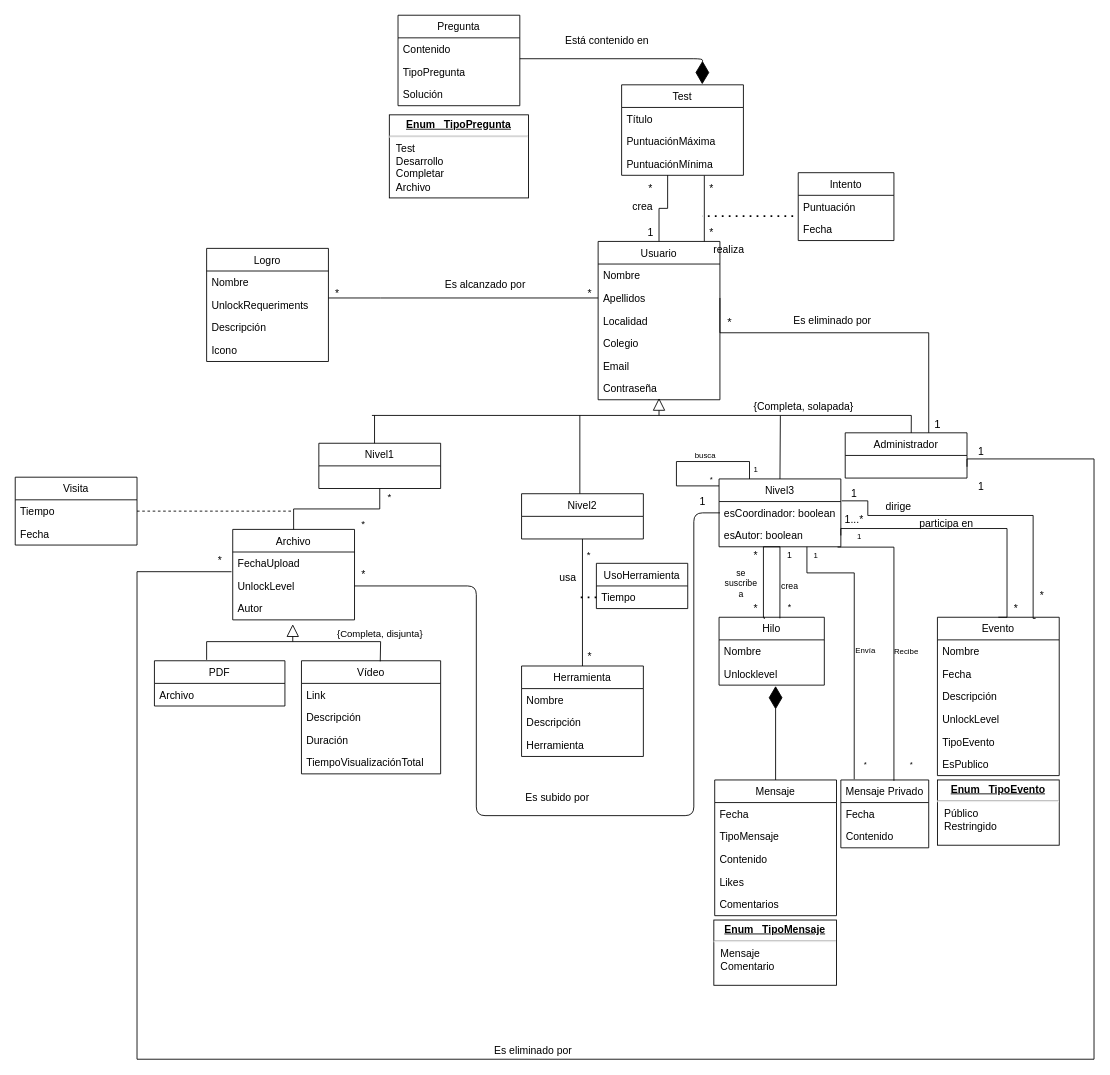
This is Conceptualmodelm.drawio from gii-is-DP1/dp1-2020-g2-13, a draw.io file, before an edit. Source tidied: cells renumbered, new cells numbered last; positions are measured from the earlier drawing's top-left corner, leaving out a move shared by most shapes. Both pictures are drawn from the tidied source at 87%, with x=0, y=0 at pixel (15, 15).
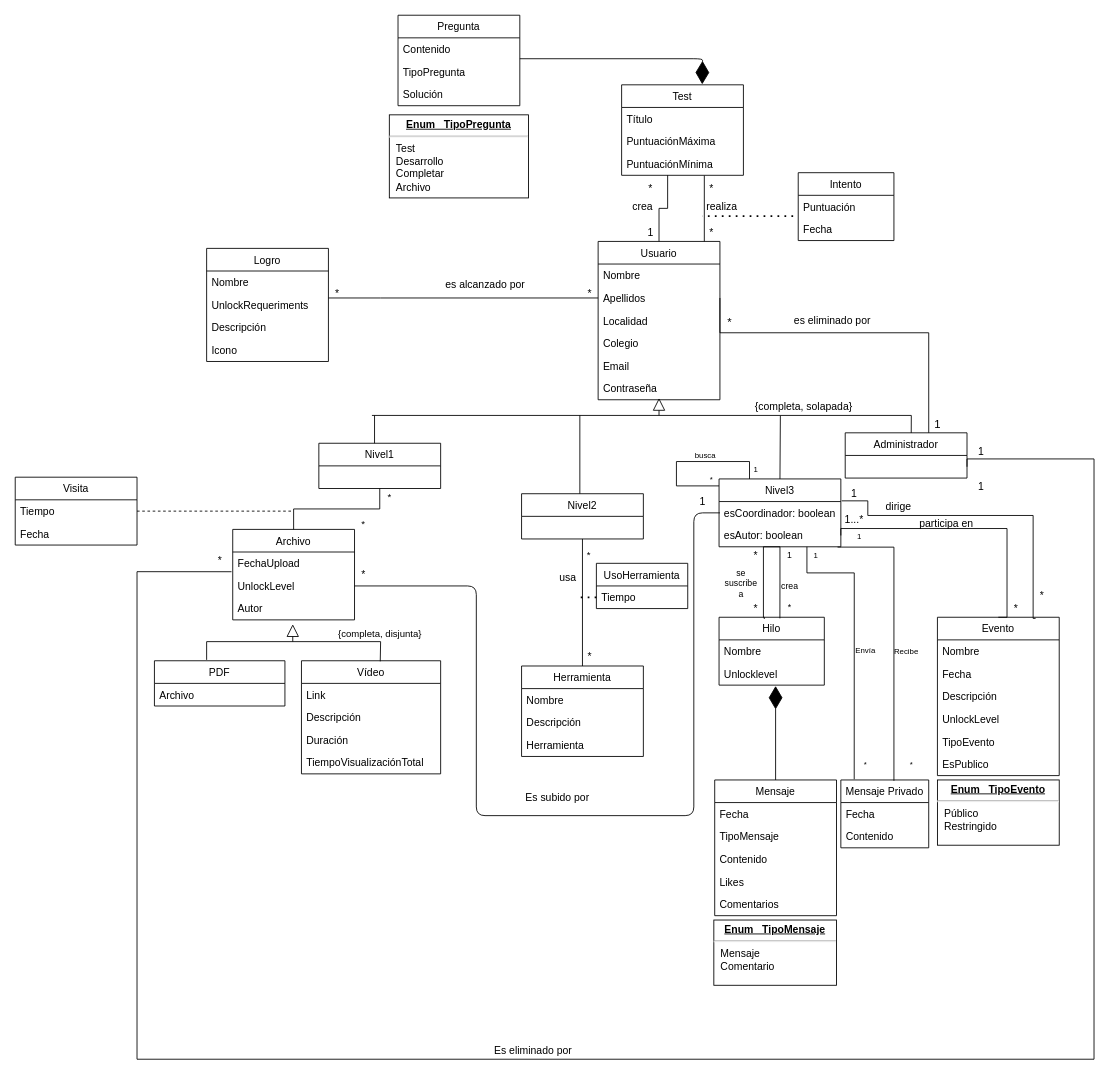
The same diagram, later.

Commit message:
Actualizado el modelo conceptual

The edit, as a diff of the source:
```diff
@@
-    <mxCell id="39" value="Está contenido en" style="text;html=1;align=center;verticalAlign=middle;" parent="1" vertex="1">
-      <mxGeometry x="625" y="20" width="110" height="20" as="geometry" />
-    </mxCell>
     <mxCell id="40" value="realiza" style="text;html=1;align=center;verticalAlign=middle;" parent="1" vertex="1">
-      <mxGeometry x="795" y="260" width="50" height="20" as="geometry" />
+      <mxGeometry x="787" y="210" width="50" height="20" as="geometry" />
     </mxCell>
@@
-    <mxCell id="110" value="Es alcanzado por" style="text;html=1;align=center;verticalAlign=middle;" parent="1" vertex="1">
+    <mxCell id="110" value="es alcanzado por" style="text;html=1;align=center;verticalAlign=middle;" parent="1" vertex="1">
       <mxGeometry x="485" y="300" width="110" height="20" as="geometry" />
     </mxCell>
-    <mxCell id="111" value="{Completa, solapada}" style="text;html=1;align=center;verticalAlign=middle;points=[];" parent="1" vertex="1">
+    <mxCell id="111" value="{completa, solapada}" style="text;html=1;align=center;verticalAlign=middle;points=[];" parent="1" vertex="1">
       <mxGeometry x="841" y="440" width="130" height="20" as="geometry" />
     </mxCell>
@@
-    <mxCell id="121" value="Es eliminado por" style="text;html=1;align=center;verticalAlign=middle;" parent="1" vertex="1">
-      <mxGeometry x="884" y="341" width="110" height="20" as="geometry" />
+    <mxCell id="121" value="es eliminado por" style="text;html=1;align=center;verticalAlign=middle;" parent="1" vertex="1">
+      <mxGeometry x="889" y="341" width="100" height="20" as="geometry" />
     </mxCell>
@@
-    <mxCell id="148" value="{Completa, disjunta}" style="text;html=1;align=center;verticalAlign=middle;fontSize=11;" parent="1" vertex="1">
+    <mxCell id="148" value="{completa, disjunta}" style="text;html=1;align=center;verticalAlign=middle;fontSize=11;" parent="1" vertex="1">
       <mxGeometry x="364" y="701" width="110" height="20" as="geometry" />
     </mxCell>
```
